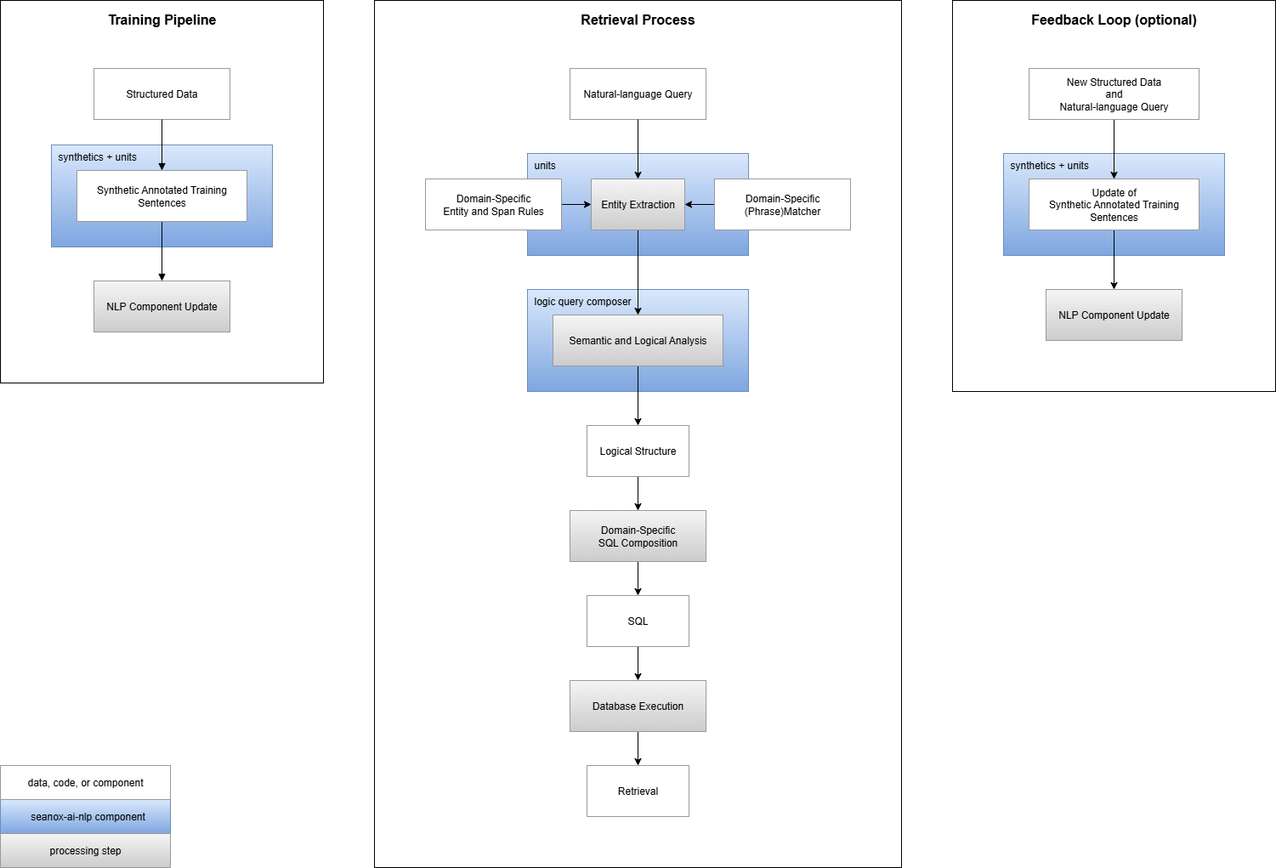
seanox/seanox-ai-nlp keeps this draw.io diagram as assets/retrieval-process.png. Above is the earlier version. Source tidied: cells renumbered, new cells last; positions are measured from the earlier drawing's top-left corner, leaving out a move shared by most shapes.
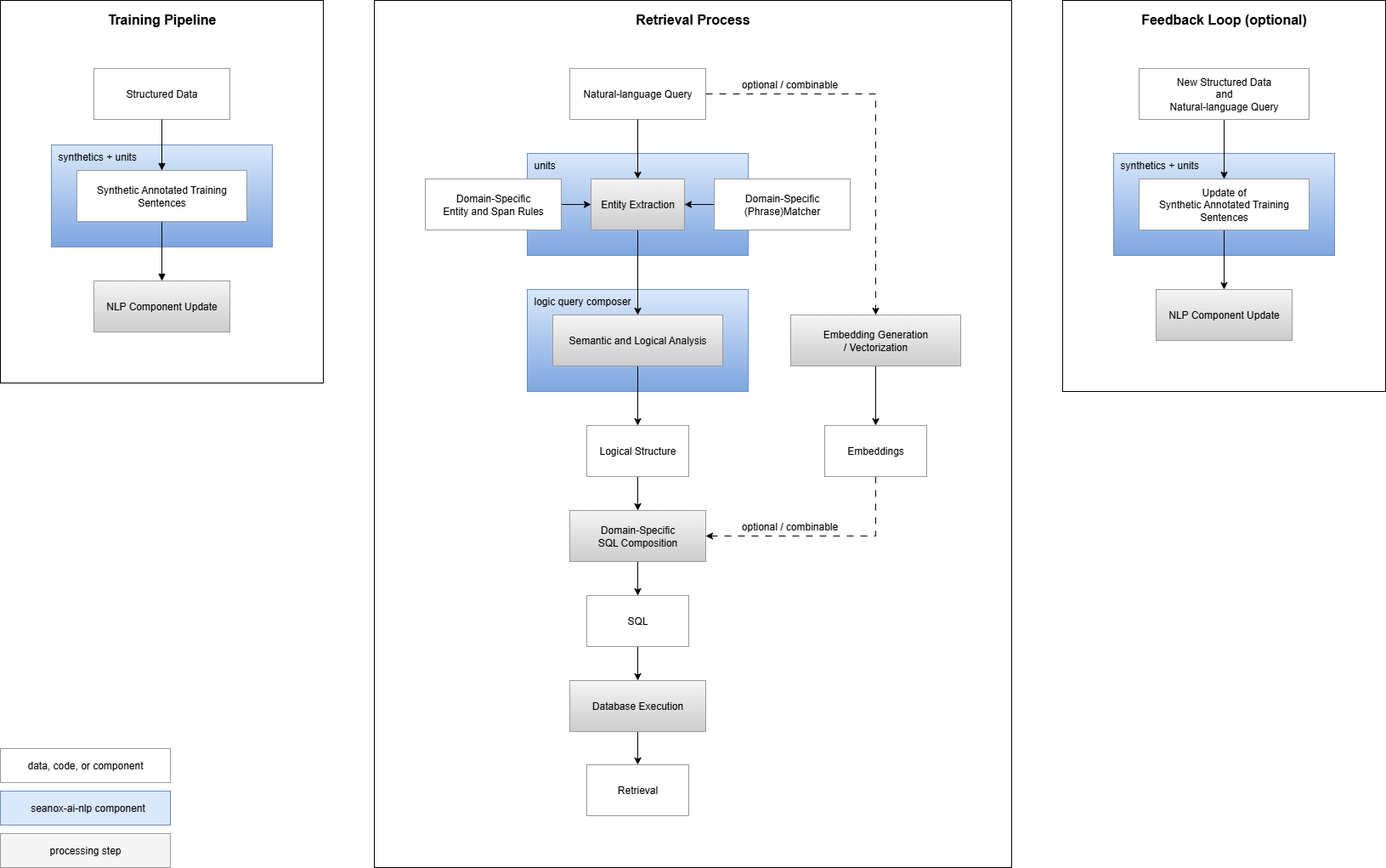
The same diagram one commit later.

Diff of the diagram source:
```diff
@@ -3,10 +3,10 @@
     <mxCell id="0" />
     <mxCell id="1" parent="0" />
     <mxCell id="2" value="&lt;div&gt;Feedback Loop (optional)&lt;/div&gt;" style="rounded=0;whiteSpace=wrap;html=1;verticalAlign=top;fontSize=16;fontStyle=1;gradientColor=none;fillColor=default;spacingTop=6;" parent="1" vertex="1">
-      <mxGeometry x="1120" width="380" height="460" as="geometry" />
+      <mxGeometry x="1250" width="380" height="460" as="geometry" />
     </mxCell>
-    <mxCell id="3" value="Retrieval Process" style="rounded=0;whiteSpace=wrap;html=1;verticalAlign=top;fontSize=16;fontStyle=1;fillColor=default;spacingTop=6;" parent="1" vertex="1">
-      <mxGeometry x="440" width="620" height="1020" as="geometry" />
+    <mxCell id="3" value="Retrieval Process" style="rounded=0;whiteSpace=wrap;html=1;verticalAlign=top;fontSize=16;fontStyle=1;fillColor=none;spacingTop=6;" parent="1" vertex="1">
+      <mxGeometry x="440" width="750" height="1020" as="geometry" />
     </mxCell>
     <mxCell id="4" value="Training Pipeline" style="rounded=0;whiteSpace=wrap;html=1;verticalAlign=top;fontSize=16;fontStyle=1;fillColor=default;spacingTop=6;labelBackgroundColor=none;" parent="1" vertex="1">
       <mxGeometry width="380" height="450" as="geometry" />
@@ -14,19 +14,19 @@
     <mxCell id="5" value="logic query composer" style="whiteSpace=wrap;strokeWidth=1;fillColor=#dae8fc;gradientColor=#7ea6e0;strokeColor=#6c8ebf;verticalAlign=top;align=left;spacingLeft=6;" parent="1" vertex="1">
       <mxGeometry x="620" y="340" width="260" height="120" as="geometry" />
     </mxCell>
-    <mxCell id="6" style="edgeStyle=orthogonalEdgeStyle;rounded=0;jettySize=auto;html=1;entryX=0.5;entryY=0;entryDx=0;entryDy=0;fontFamily=Helvetica;fontSize=12;fontColor=default;" parent="1" edge="1" source="7" target="9">
+    <mxCell id="6" style="edgeStyle=orthogonalEdgeStyle;rounded=0;jettySize=auto;html=1;entryX=0.5;entryY=0;entryDx=0;entryDy=0;exitX=0.5;exitY=1;exitDx=0;exitDy=0;" parent="1" edge="1" source="7" target="9">
       <mxGeometry relative="1" as="geometry" />
     </mxCell>
     <mxCell id="7" value="Logical Structure" style="whiteSpace=wrap;strokeWidth=1;strokeColor=#999999;" parent="1" vertex="1">
       <mxGeometry x="690" y="500" width="120" height="60" as="geometry" />
     </mxCell>
-    <mxCell id="8" style="edgeStyle=orthogonalEdgeStyle;rounded=0;jettySize=auto;html=1;fontFamily=Helvetica;fontSize=12;fontColor=default;" parent="1" edge="1" source="9" target="11">
+    <mxCell id="8" style="edgeStyle=orthogonalEdgeStyle;rounded=0;jettySize=auto;html=1;fontFamily=Helvetica;fontSize=12;fontColor=default;entryX=0.5;entryY=0;entryDx=0;entryDy=0;exitX=0.5;exitY=1;exitDx=0;exitDy=0;" parent="1" edge="1" source="9" target="11">
       <mxGeometry relative="1" as="geometry" />
     </mxCell>
     <mxCell id="9" value="Domain-Specific &#10;SQL Composition" style="whiteSpace=wrap;strokeWidth=1;fillColor=#f5f5f5;gradientColor=#CCCCCC;strokeColor=#999999;" parent="1" vertex="1">
       <mxGeometry x="670" y="600" width="160" height="60" as="geometry" />
     </mxCell>
-    <mxCell id="10" style="edgeStyle=orthogonalEdgeStyle;rounded=0;jettySize=auto;html=1;fontFamily=Helvetica;fontSize=12;fontColor=default;" parent="1" edge="1" source="11" target="13">
+    <mxCell id="10" style="edgeStyle=orthogonalEdgeStyle;rounded=0;jettySize=auto;html=1;" parent="1" edge="1" source="11" target="13">
       <mxGeometry relative="1" as="geometry" />
     </mxCell>
     <mxCell id="11" value="SQL" style="whiteSpace=wrap;strokeWidth=1;strokeColor=#999999;" parent="1" vertex="1">
@@ -38,23 +38,23 @@
     <mxCell id="13" value="Database Execution" style="whiteSpace=wrap;strokeWidth=1;fillColor=#f5f5f5;gradientColor=#CCCCCC;strokeColor=#999999;glass=0;shadow=0;rounded=0;" parent="1" vertex="1">
       <mxGeometry x="670" y="800" width="160" height="60" as="geometry" />
     </mxCell>
-    <mxCell id="14" value="units" style="whiteSpace=wrap;strokeWidth=1;fillColor=#dae8fc;gradientColor=#7ea6e0;strokeColor=#6c8ebf;verticalAlign=top;align=left;spacingLeft=6;" parent="1" vertex="1">
+    <mxCell id="14" value="units" style="whiteSpace=wrap;strokeWidth=1;fillColor=#DAE8FC;gradientColor=#7ea6e0;strokeColor=#6c8ebf;verticalAlign=top;align=left;spacingLeft=6;" parent="1" vertex="1">
       <mxGeometry x="620" y="180" width="260" height="120" as="geometry" />
     </mxCell>
     <mxCell id="15" value="Retrieval" style="whiteSpace=wrap;strokeWidth=1;strokeColor=#999999;" parent="1" vertex="1">
-      <mxGeometry x="690" y="900" width="120" height="60" as="geometry" />
+      <mxGeometry x="690" y="899" width="120" height="60" as="geometry" />
     </mxCell>
     <mxCell id="16" value="synthetics + units" style="whiteSpace=wrap;strokeWidth=1;fillColor=#dae8fc;gradientColor=#7ea6e0;strokeColor=#6c8ebf;verticalAlign=top;align=left;spacingLeft=6;" parent="1" vertex="1">
-      <mxGeometry x="1180" y="180" width="260" height="120" as="geometry" />
+      <mxGeometry x="1310" y="180" width="260" height="120" as="geometry" />
     </mxCell>
     <mxCell id="17" style="edgeStyle=orthogonalEdgeStyle;rounded=0;jettySize=auto;html=1;fontFamily=Helvetica;fontSize=12;fontColor=default;" parent="1" edge="1" source="18" target="25">
       <mxGeometry relative="1" as="geometry" />
     </mxCell>
     <mxCell id="18" value="New Structured Data&#10;and&#10;Natural-language Query" style="whiteSpace=wrap;strokeWidth=1;strokeColor=#999999;" parent="1" vertex="1">
-      <mxGeometry x="1210" y="80" width="200" height="60" as="geometry" />
+      <mxGeometry x="1340" y="80" width="200" height="60" as="geometry" />
     </mxCell>
     <mxCell id="19" value="NLP Component Update" style="whiteSpace=wrap;strokeWidth=1;fillColor=#f5f5f5;gradientColor=#CCCCCC;strokeColor=#999999;" parent="1" vertex="1">
-      <mxGeometry x="1230" y="340" width="160" height="60" as="geometry" />
+      <mxGeometry x="1360" y="340" width="160" height="60" as="geometry" />
     </mxCell>
     <mxCell id="20" style="edgeStyle=orthogonalEdgeStyle;rounded=0;jettySize=auto;html=1;fontFamily=Helvetica;fontSize=12;fontColor=default;" parent="1" edge="1" source="23" target="33">
       <mxGeometry relative="1" as="geometry" />
@@ -72,7 +72,7 @@
       <mxGeometry relative="1" as="geometry" />
     </mxCell>
     <mxCell id="25" value="Update of&#10;Synthetic Annotated Training&#10;Sentences" style="whiteSpace=wrap;strokeWidth=1;strokeColor=#999999;" parent="1" vertex="1">
-      <mxGeometry x="1210" y="210" width="200" height="60" as="geometry" />
+      <mxGeometry x="1340" y="210" width="200" height="60" as="geometry" />
     </mxCell>
     <mxCell id="26" value="Structured Data" style="whiteSpace=wrap;strokeWidth=1;strokeColor=#999999;" parent="1" vertex="1">
       <mxGeometry x="110" y="80" width="160" height="60" as="geometry" />
@@ -98,10 +98,13 @@
     <mxCell id="33" value="Semantic and Logical Analysis" style="whiteSpace=wrap;strokeWidth=1;strokeColor=#999999;fillColor=#f5f5f5;gradientColor=#CCCCCC;" parent="1" vertex="1">
       <mxGeometry x="650" y="370" width="200" height="60" as="geometry" />
     </mxCell>
+    <mxCell id="41" style="edgeStyle=orthogonalEdgeStyle;rounded=0;jettySize=auto;html=1;exitX=1;exitY=0.5;exitDx=0;exitDy=0;dashed=1;dashPattern=8 8;" parent="1" edge="1" source="34" target="43">
+      <mxGeometry relative="1" as="geometry" />
+    </mxCell>
     <mxCell id="34" value="Natural-language Query" style="whiteSpace=wrap;strokeWidth=1;glass=0;strokeColor=#999999;" parent="1" vertex="1">
       <mxGeometry x="670" y="80" width="160" height="60" as="geometry" />
     </mxCell>
-    <mxCell id="35" style="edgeStyle=orthogonalEdgeStyle;rounded=0;jettySize=auto;html=1;entryX=0.5;entryY=0;entryDx=0;entryDy=0;fontFamily=Helvetica;fontSize=12;fontColor=default;" parent="1" edge="1" source="34" target="23">
+    <mxCell id="35" style="edgeStyle=orthogonalEdgeStyle;rounded=0;jettySize=auto;html=1;entryX=0.5;entryY=0;entryDx=0;entryDy=0;fontFamily=Helvetica;fontSize=12;fontColor=default;exitX=0.5;exitY=1;exitDx=0;exitDy=0;" parent="1" edge="1" source="34" target="23">
       <mxGeometry relative="1" as="geometry" />
     </mxCell>
     <mxCell id="36" value="Domain-Specific &#10;Entity and Span Rules" style="whiteSpace=wrap;strokeWidth=1;strokeColor=#999999;" parent="1" vertex="1">
@@ -110,14 +113,32 @@
     <mxCell id="37" value="Domain-Specific &#10;(Phrase)Matcher" style="whiteSpace=wrap;strokeWidth=1;strokeColor=#999999;" parent="1" vertex="1">
       <mxGeometry x="840" y="210" width="160" height="60" as="geometry" />
     </mxCell>
-    <mxCell id="38" value="seanox-ai-nlp component" style="whiteSpace=wrap;strokeWidth=1;fillColor=#dae8fc;gradientColor=#7ea6e0;strokeColor=#6c8ebf;verticalAlign=middle;align=center;spacingLeft=6;" parent="1" vertex="1">
-      <mxGeometry y="940" width="200" height="40" as="geometry" />
+    <mxCell id="38" value="seanox-ai-nlp component" style="whiteSpace=wrap;strokeWidth=1;fillColor=#dae8fc;gradientColor=none;strokeColor=#6c8ebf;verticalAlign=middle;align=center;spacingLeft=6;" parent="1" vertex="1">
+      <mxGeometry y="930" width="200" height="40" as="geometry" />
     </mxCell>
-    <mxCell id="39" value="processing step" style="whiteSpace=wrap;strokeWidth=1;fillColor=#f5f5f5;gradientColor=#CCCCCC;strokeColor=#999999;" parent="1" vertex="1">
+    <mxCell id="39" value="processing step" style="whiteSpace=wrap;strokeWidth=1;fillColor=#f5f5f5;gradientColor=none;strokeColor=#999999;" parent="1" vertex="1">
       <mxGeometry y="980" width="200" height="40" as="geometry" />
     </mxCell>
     <mxCell id="40" value="data, code, or component" style="whiteSpace=wrap;strokeWidth=1;strokeColor=#999999;" parent="1" vertex="1">
-      <mxGeometry y="900" width="200" height="40" as="geometry" />
+      <mxGeometry y="880" width="200" height="40" as="geometry" />
     </mxCell>
+    <mxCell id="42" style="edgeStyle=orthogonalEdgeStyle;rounded=0;jettySize=auto;html=1;" parent="1" edge="1" source="43" target="45">
+      <mxGeometry relative="1" as="geometry" />
+    </mxCell>
+    <mxCell id="43" value="Embedding Generation / Vectorization" style="whiteSpace=wrap;strokeWidth=1;strokeColor=#999999;fillColor=#f5f5f5;gradientColor=#CCCCCC;" parent="1" vertex="1">
+      <mxGeometry x="930" y="370" width="200" height="60" as="geometry" />
+    </mxCell>
+    <mxCell id="44" style="edgeStyle=orthogonalEdgeStyle;rounded=0;jettySize=auto;html=1;entryX=1;entryY=0.5;entryDx=0;entryDy=0;exitX=0.5;exitY=1;exitDx=0;exitDy=0;dashed=1;dashPattern=8 8;" parent="1" edge="1" source="45" target="9">
+      <mxGeometry relative="1" as="geometry" />
+    </mxCell>
+    <mxCell id="45" value="Embeddings" style="whiteSpace=wrap;strokeWidth=1;strokeColor=#999999;" parent="1" vertex="1">
+      <mxGeometry x="970" y="500" width="120" height="60" as="geometry" />
+    </mxCell>
+    <mxCell id="46" value="optional / combinable" style="whiteSpace=wrap;strokeWidth=1;strokeColor=none;fillColor=none;horizontal=1;" parent="1" vertex="1">
+      <mxGeometry x="844" y="79" width="170" height="40" as="geometry" />
+    </mxCell>
+    <mxCell id="47" value="optional / combinable" style="whiteSpace=wrap;strokeWidth=1;strokeColor=none;fillColor=none;horizontal=1;" parent="1" vertex="1">
+      <mxGeometry x="844.4" y="599" width="170" height="40" as="geometry" />
+    </mxCell>
   </root>
 </mxGraphModel>
```
